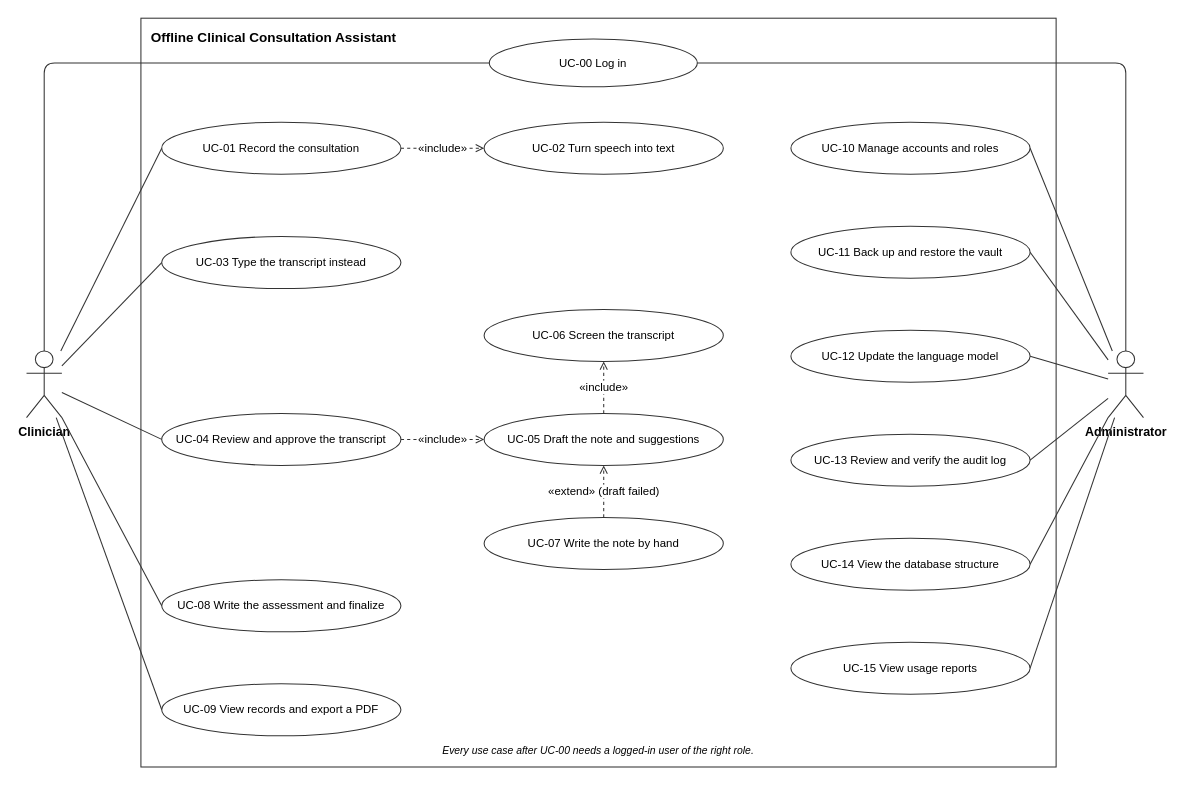
Above: docs/design/fig-4-1-use-cases.drawio in kinuthia-mark/Offline-Desktop-Based-Medical-Professional-Clinical-Consultation-Assistant- (draw.io), before the change. Source tidied: cells renumbered, new cells numbered last; positions are measured from the earlier drawing's top-left corner, leaving out a move shared by most shapes. Both pictures are drawn from the tidied source at 104%, with x=0, y=0 at pixel (26, 18).
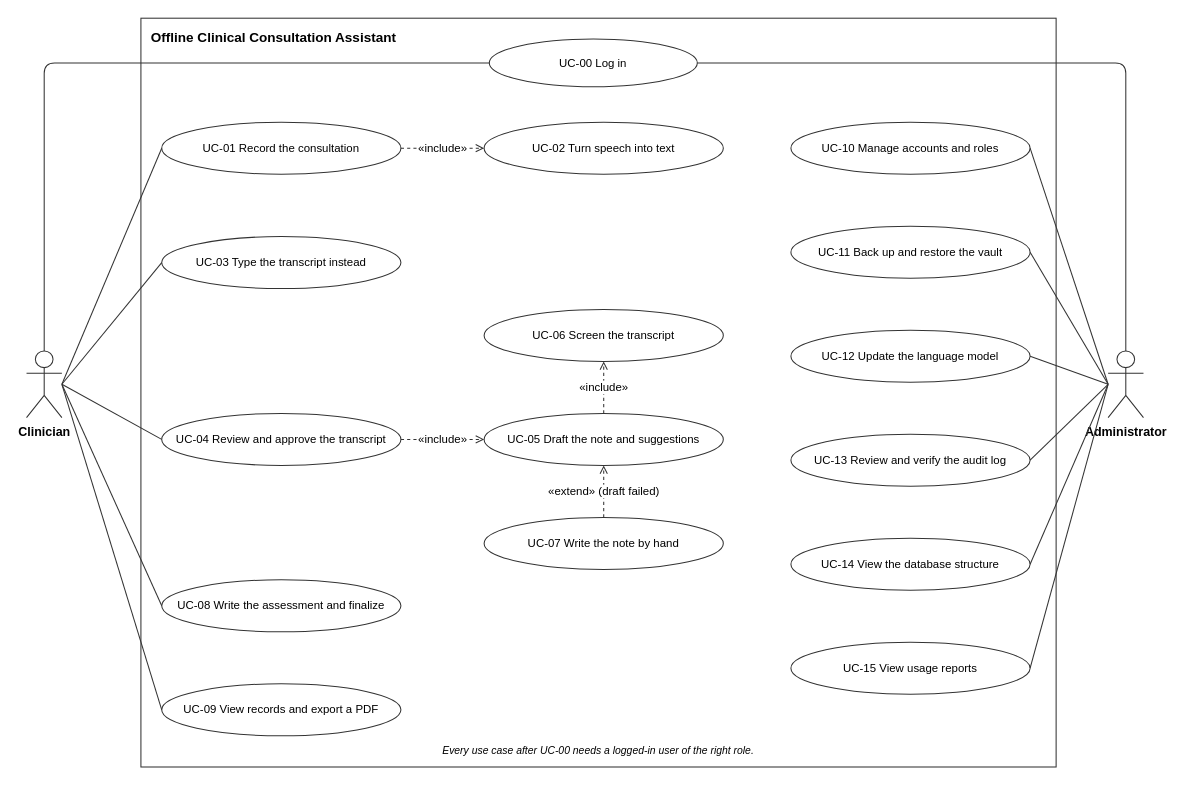
After the change.

Commit message:
docs(design): figure 4.1 actor lines leave from the side, clear of the labels

The change refers to these unchanged cells:
```xml
<mxCell id="3" value="Clinician" style="shape=umlActor;verticalLabelPosition=bottom;verticalAlign=top;html=1;outlineConnect=0;fillColor=#ffffff;strokeColor=#333333;fontFamily=Helvetica;fontSize=12;fontStyle=1;" parent="1" vertex="1">
  <mxGeometry y="320" width="34" height="64" as="geometry" />
</mxCell>
<mxCell id="4" value="Administrator" style="shape=umlActor;verticalLabelPosition=bottom;verticalAlign=top;html=1;outlineConnect=0;fillColor=#ffffff;strokeColor=#333333;fontFamily=Helvetica;fontSize=12;fontStyle=1;" parent="1" vertex="1">
  <mxGeometry x="1040" y="320" width="34" height="64" as="geometry" />
</mxCell>
<mxCell id="6" value="UC-01 Record the consultation" style="ellipse;whiteSpace=wrap;html=1;fillColor=#ffffff;strokeColor=#333333;fontFamily=Helvetica;fontSize=11;" parent="1" vertex="1">
  <mxGeometry x="130" y="100" width="230" height="50" as="geometry" />
</mxCell>
<mxCell id="7" value="UC-03 Type the transcript instead" style="ellipse;whiteSpace=wrap;html=1;fillColor=#ffffff;strokeColor=#333333;fontFamily=Helvetica;fontSize=11;" parent="1" vertex="1">
  <mxGeometry x="130" y="210" width="230" height="50" as="geometry" />
</mxCell>
<mxCell id="8" value="UC-04 Review and approve the transcript" style="ellipse;whiteSpace=wrap;html=1;fillColor=#ffffff;strokeColor=#333333;fontFamily=Helvetica;fontSize=11;" parent="1" vertex="1">
  <mxGeometry x="130" y="380" width="230" height="50" as="geometry" />
</mxCell>
<mxCell id="9" value="UC-08 Write the assessment and finalize" style="ellipse;whiteSpace=wrap;html=1;fillColor=#ffffff;strokeColor=#333333;fontFamily=Helvetica;fontSize=11;" parent="1" vertex="1">
  <mxGeometry x="130" y="540" width="230" height="50" as="geometry" />
</mxCell>
<mxCell id="10" value="UC-09 View records and export a PDF" style="ellipse;whiteSpace=wrap;html=1;fillColor=#ffffff;strokeColor=#333333;fontFamily=Helvetica;fontSize=11;" parent="1" vertex="1">
  <mxGeometry x="130" y="640" width="230" height="50" as="geometry" />
</mxCell>
<mxCell id="15" value="UC-10 Manage accounts and roles" style="ellipse;whiteSpace=wrap;html=1;fillColor=#ffffff;strokeColor=#333333;fontFamily=Helvetica;fontSize=11;" parent="1" vertex="1">
  <mxGeometry x="735" y="100" width="230" height="50" as="geometry" />
</mxCell>
<mxCell id="16" value="UC-11 Back up and restore the vault" style="ellipse;whiteSpace=wrap;html=1;fillColor=#ffffff;strokeColor=#333333;fontFamily=Helvetica;fontSize=11;" parent="1" vertex="1">
  <mxGeometry x="735" y="200" width="230" height="50" as="geometry" />
</mxCell>
<mxCell id="17" value="UC-12 Update the language model" style="ellipse;whiteSpace=wrap;html=1;fillColor=#ffffff;strokeColor=#333333;fontFamily=Helvetica;fontSize=11;" parent="1" vertex="1">
  <mxGeometry x="735" y="300" width="230" height="50" as="geometry" />
</mxCell>
<mxCell id="18" value="UC-13 Review and verify the audit log" style="ellipse;whiteSpace=wrap;html=1;fillColor=#ffffff;strokeColor=#333333;fontFamily=Helvetica;fontSize=11;" parent="1" vertex="1">
  <mxGeometry x="735" y="400" width="230" height="50" as="geometry" />
</mxCell>
<mxCell id="19" value="UC-14 View the database structure" style="ellipse;whiteSpace=wrap;html=1;fillColor=#ffffff;strokeColor=#333333;fontFamily=Helvetica;fontSize=11;" parent="1" vertex="1">
  <mxGeometry x="735" y="500" width="230" height="50" as="geometry" />
</mxCell>
<mxCell id="20" value="UC-15 View usage reports" style="ellipse;whiteSpace=wrap;html=1;fillColor=#ffffff;strokeColor=#333333;fontFamily=Helvetica;fontSize=11;" parent="1" vertex="1">
  <mxGeometry x="735" y="600" width="230" height="50" as="geometry" />
</mxCell>
```

The edit, as a diff of the source:
```diff
@@
-    <mxCell id="21" style="html=1;strokeColor=#333333;fontFamily=Helvetica;fontSize=11;endArrow=none;endFill=1;startArrow=none;startFill=1;labelBackgroundColor=#ffffff;entryX=0;entryY=0.5;entryDx=0;entryDy=0;" parent="1" edge="1" source="3" target="6">
+    <mxCell id="21" style="html=1;strokeColor=#333333;fontFamily=Helvetica;fontSize=11;endArrow=none;endFill=1;startArrow=none;startFill=1;labelBackgroundColor=#ffffff;exitX=1;exitY=0.5;exitDx=0;exitDy=0;entryX=0;entryY=0.5;entryDx=0;entryDy=0;" parent="1" edge="1" source="3" target="6">
       <mxGeometry relative="1" as="geometry" />
     </mxCell>
-    <mxCell id="22" style="html=1;strokeColor=#333333;fontFamily=Helvetica;fontSize=11;endArrow=none;endFill=1;startArrow=none;startFill=1;labelBackgroundColor=#ffffff;entryX=0;entryY=0.5;entryDx=0;entryDy=0;" parent="1" edge="1" source="3" target="7">
+    <mxCell id="22" style="html=1;strokeColor=#333333;fontFamily=Helvetica;fontSize=11;endArrow=none;endFill=1;startArrow=none;startFill=1;labelBackgroundColor=#ffffff;exitX=1;exitY=0.5;exitDx=0;exitDy=0;entryX=0;entryY=0.5;entryDx=0;entryDy=0;" parent="1" edge="1" source="3" target="7">
       <mxGeometry relative="1" as="geometry" />
     </mxCell>
-    <mxCell id="23" style="html=1;strokeColor=#333333;fontFamily=Helvetica;fontSize=11;endArrow=none;endFill=1;startArrow=none;startFill=1;labelBackgroundColor=#ffffff;entryX=0;entryY=0.5;entryDx=0;entryDy=0;" parent="1" edge="1" source="3" target="8">
+    <mxCell id="23" style="html=1;strokeColor=#333333;fontFamily=Helvetica;fontSize=11;endArrow=none;endFill=1;startArrow=none;startFill=1;labelBackgroundColor=#ffffff;exitX=1;exitY=0.5;exitDx=0;exitDy=0;entryX=0;entryY=0.5;entryDx=0;entryDy=0;" parent="1" edge="1" source="3" target="8">
       <mxGeometry relative="1" as="geometry" />
     </mxCell>
-    <mxCell id="24" style="html=1;strokeColor=#333333;fontFamily=Helvetica;fontSize=11;endArrow=none;endFill=1;startArrow=none;startFill=1;labelBackgroundColor=#ffffff;entryX=0;entryY=0.5;entryDx=0;entryDy=0;" parent="1" edge="1" source="3" target="9">
+    <mxCell id="24" style="html=1;strokeColor=#333333;fontFamily=Helvetica;fontSize=11;endArrow=none;endFill=1;startArrow=none;startFill=1;labelBackgroundColor=#ffffff;exitX=1;exitY=0.5;exitDx=0;exitDy=0;entryX=0;entryY=0.5;entryDx=0;entryDy=0;" parent="1" edge="1" source="3" target="9">
       <mxGeometry relative="1" as="geometry" />
     </mxCell>
-    <mxCell id="25" style="html=1;strokeColor=#333333;fontFamily=Helvetica;fontSize=11;endArrow=none;endFill=1;startArrow=none;startFill=1;labelBackgroundColor=#ffffff;entryX=0;entryY=0.5;entryDx=0;entryDy=0;" parent="1" edge="1" source="3" target="10">
+    <mxCell id="25" style="html=1;strokeColor=#333333;fontFamily=Helvetica;fontSize=11;endArrow=none;endFill=1;startArrow=none;startFill=1;labelBackgroundColor=#ffffff;exitX=1;exitY=0.5;exitDx=0;exitDy=0;entryX=0;entryY=0.5;entryDx=0;entryDy=0;" parent="1" edge="1" source="3" target="10">
       <mxGeometry relative="1" as="geometry" />
     </mxCell>
-    <mxCell id="26" style="html=1;strokeColor=#333333;fontFamily=Helvetica;fontSize=11;endArrow=none;endFill=1;startArrow=none;startFill=1;labelBackgroundColor=#ffffff;entryX=1;entryY=0.5;entryDx=0;entryDy=0;" parent="1" edge="1" source="4" target="15">
+    <mxCell id="26" style="html=1;strokeColor=#333333;fontFamily=Helvetica;fontSize=11;endArrow=none;endFill=1;startArrow=none;startFill=1;labelBackgroundColor=#ffffff;exitX=0;exitY=0.5;exitDx=0;exitDy=0;entryX=1;entryY=0.5;entryDx=0;entryDy=0;" parent="1" edge="1" source="4" target="15">
       <mxGeometry relative="1" as="geometry" />
     </mxCell>
-    <mxCell id="27" style="html=1;strokeColor=#333333;fontFamily=Helvetica;fontSize=11;endArrow=none;endFill=1;startArrow=none;startFill=1;labelBackgroundColor=#ffffff;entryX=1;entryY=0.5;entryDx=0;entryDy=0;" parent="1" edge="1" source="4" target="16">
+    <mxCell id="27" style="html=1;strokeColor=#333333;fontFamily=Helvetica;fontSize=11;endArrow=none;endFill=1;startArrow=none;startFill=1;labelBackgroundColor=#ffffff;exitX=0;exitY=0.5;exitDx=0;exitDy=0;entryX=1;entryY=0.5;entryDx=0;entryDy=0;" parent="1" edge="1" source="4" target="16">
       <mxGeometry relative="1" as="geometry" />
     </mxCell>
-    <mxCell id="28" style="html=1;strokeColor=#333333;fontFamily=Helvetica;fontSize=11;endArrow=none;endFill=1;startArrow=none;startFill=1;labelBackgroundColor=#ffffff;entryX=1;entryY=0.5;entryDx=0;entryDy=0;" parent="1" edge="1" source="4" target="17">
+    <mxCell id="28" style="html=1;strokeColor=#333333;fontFamily=Helvetica;fontSize=11;endArrow=none;endFill=1;startArrow=none;startFill=1;labelBackgroundColor=#ffffff;exitX=0;exitY=0.5;exitDx=0;exitDy=0;entryX=1;entryY=0.5;entryDx=0;entryDy=0;" parent="1" edge="1" source="4" target="17">
       <mxGeometry relative="1" as="geometry" />
     </mxCell>
-    <mxCell id="29" style="html=1;strokeColor=#333333;fontFamily=Helvetica;fontSize=11;endArrow=none;endFill=1;startArrow=none;startFill=1;labelBackgroundColor=#ffffff;entryX=1;entryY=0.5;entryDx=0;entryDy=0;" parent="1" edge="1" source="4" target="18">
+    <mxCell id="29" style="html=1;strokeColor=#333333;fontFamily=Helvetica;fontSize=11;endArrow=none;endFill=1;startArrow=none;startFill=1;labelBackgroundColor=#ffffff;exitX=0;exitY=0.5;exitDx=0;exitDy=0;entryX=1;entryY=0.5;entryDx=0;entryDy=0;" parent="1" edge="1" source="4" target="18">
       <mxGeometry relative="1" as="geometry" />
     </mxCell>
-    <mxCell id="30" style="html=1;strokeColor=#333333;fontFamily=Helvetica;fontSize=11;endArrow=none;endFill=1;startArrow=none;startFill=1;labelBackgroundColor=#ffffff;entryX=1;entryY=0.5;entryDx=0;entryDy=0;" parent="1" edge="1" source="4" target="19">
+    <mxCell id="30" style="html=1;strokeColor=#333333;fontFamily=Helvetica;fontSize=11;endArrow=none;endFill=1;startArrow=none;startFill=1;labelBackgroundColor=#ffffff;exitX=0;exitY=0.5;exitDx=0;exitDy=0;entryX=1;entryY=0.5;entryDx=0;entryDy=0;" parent="1" edge="1" source="4" target="19">
       <mxGeometry relative="1" as="geometry" />
     </mxCell>
-    <mxCell id="31" style="html=1;strokeColor=#333333;fontFamily=Helvetica;fontSize=11;endArrow=none;endFill=1;startArrow=none;startFill=1;labelBackgroundColor=#ffffff;entryX=1;entryY=0.5;entryDx=0;entryDy=0;" parent="1" edge="1" source="4" target="20">
+    <mxCell id="31" style="html=1;strokeColor=#333333;fontFamily=Helvetica;fontSize=11;endArrow=none;endFill=1;startArrow=none;startFill=1;labelBackgroundColor=#ffffff;exitX=0;exitY=0.5;exitDx=0;exitDy=0;entryX=1;entryY=0.5;entryDx=0;entryDy=0;" parent="1" edge="1" source="4" target="20">
       <mxGeometry relative="1" as="geometry" />
     </mxCell>
```
